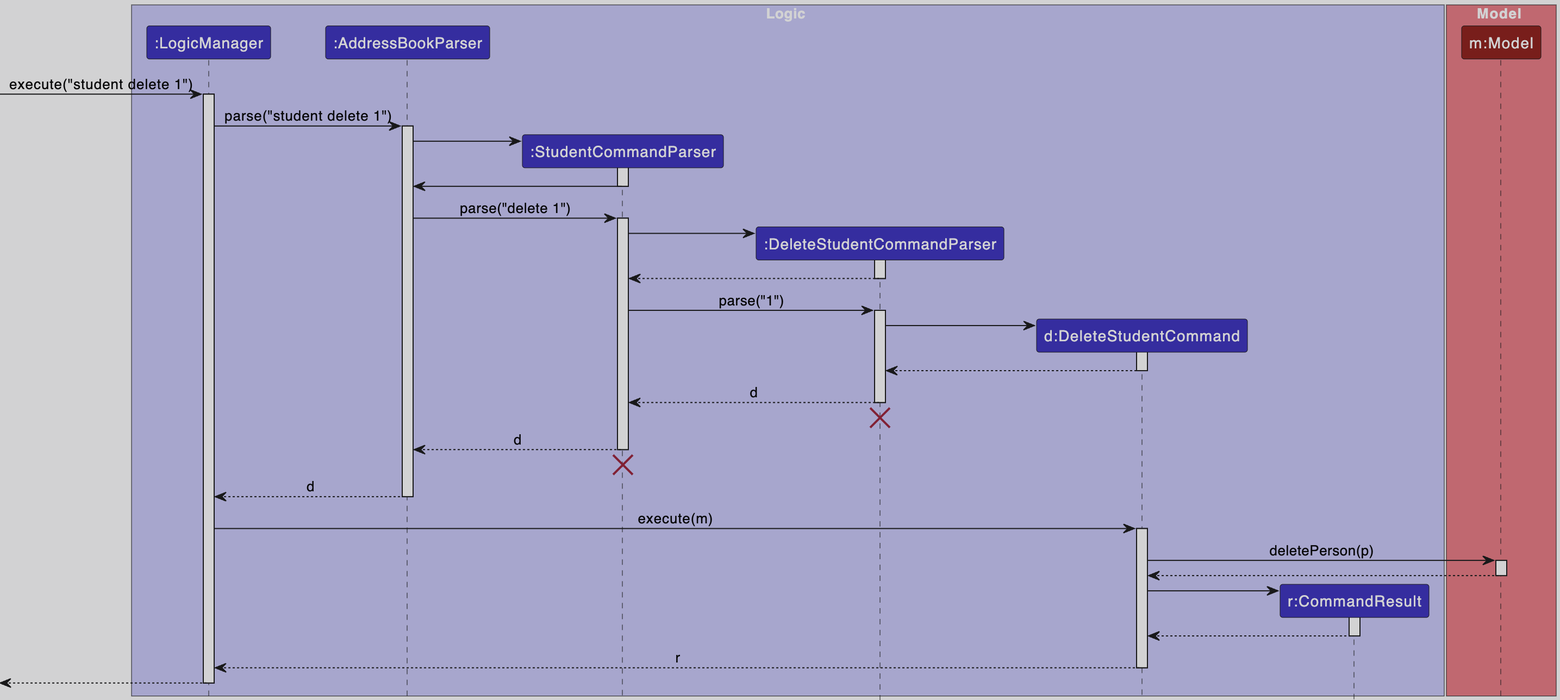
Above: docs/images/DeleteSequenceDiagram.png in themintchoco/tp (PlantUML), before the change. Its source is kept beside it as docs/diagrams/DeleteSequenceDiagram.puml.
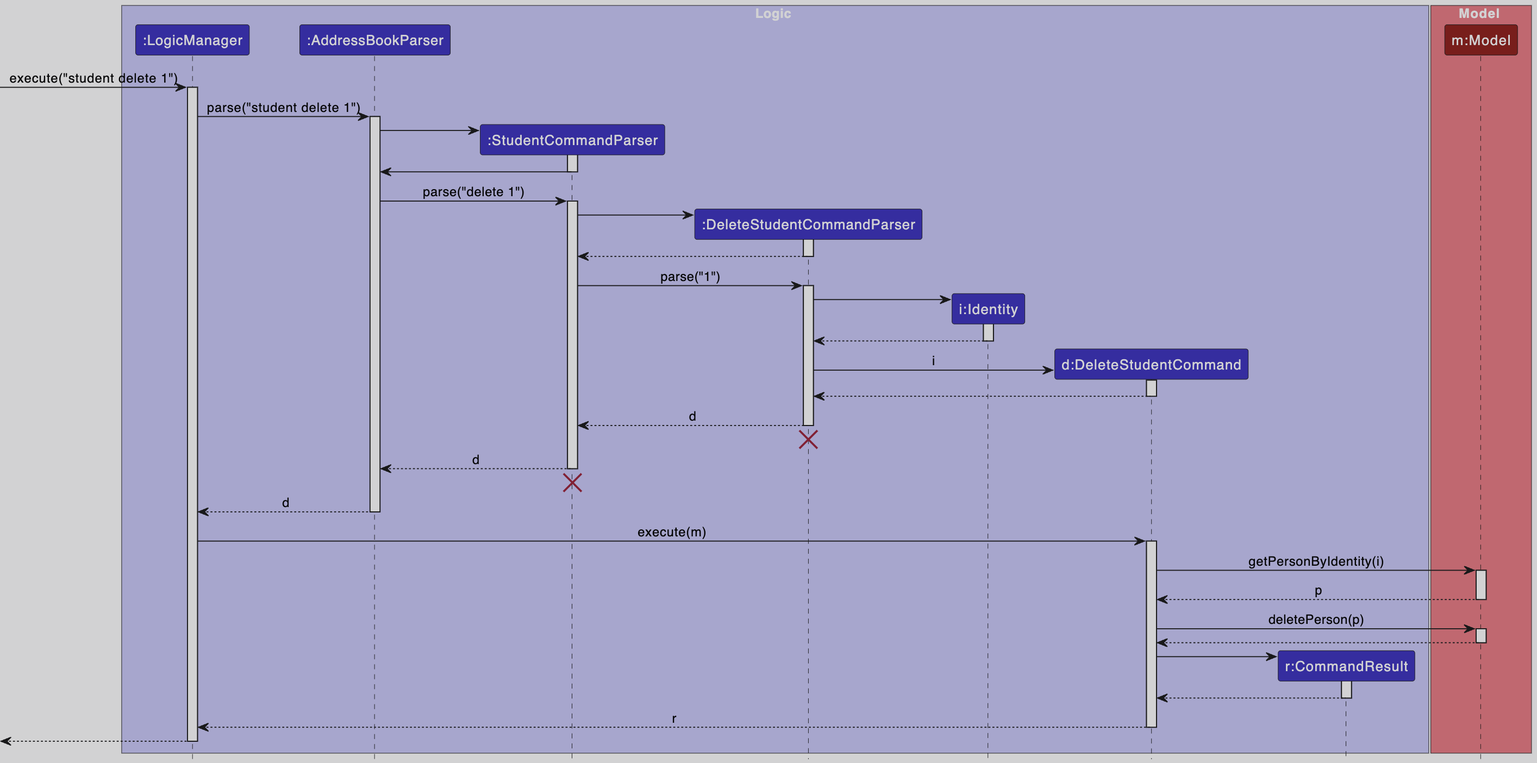
The same diagram one commit later.

Commit message:
Update DG sequence diagram to reflect Identity

The edit, as a diff of the source:
```diff
@@ -7,6 +7,7 @@
 participant ":AddressBookParser" as AddressBookParser LOGIC_COLOR
 participant ":StudentCommandParser" as StudentCommandParser LOGIC_COLOR
 participant ":DeleteStudentCommandParser" as DeleteStudentCommandParser LOGIC_COLOR
+participant "i:Identity" as Identity LOGIC_COLOR
 participant "d:DeleteStudentCommand" as DeleteStudentCommand LOGIC_COLOR
 participant "r:CommandResult" as CommandResult LOGIC_COLOR
 end box
@@ -41,8 +42,15 @@
 StudentCommandParser -> DeleteStudentCommandParser : parse("1")
 activate DeleteStudentCommandParser
 
+create Identity
+DeleteStudentCommandParser -> Identity
+activate Identity
+
+Identity --> DeleteStudentCommandParser
+deactivate Identity
+
 create DeleteStudentCommand
-DeleteStudentCommandParser -> DeleteStudentCommand
+DeleteStudentCommandParser -> DeleteStudentCommand : i
 activate DeleteStudentCommand
 
 DeleteStudentCommand --> DeleteStudentCommandParser :
@@ -64,6 +72,12 @@
 LogicManager -> DeleteStudentCommand : execute(m)
 activate DeleteStudentCommand
 
+DeleteStudentCommand -> Model : getPersonByIdentity(i)
+activate Model
+
+Model --> DeleteStudentCommand : p
+deactivate Model
+
 DeleteStudentCommand -> Model : deletePerson(p)
 activate Model
 
```
